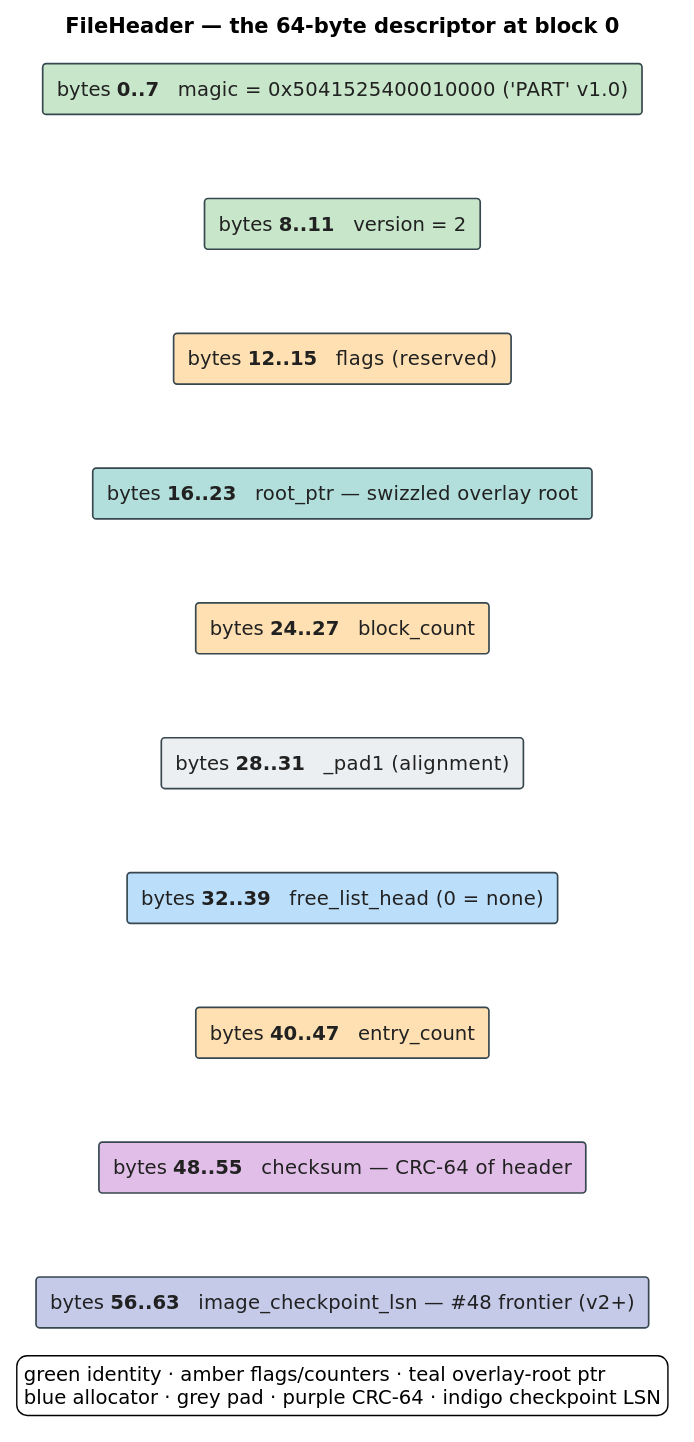
This is docs/diagrams/file-header.svg from vinary-tree/libdictenstein, a PlantUML export, as it was before one commit. Its source is kept beside it as docs/diagrams/src/file-header.puml. The source it was exported from:
```plantuml
@startuml file-header
skinparam defaultFontSize 14
skinparam shadowing false
skinparam backgroundColor #FFFFFF
skinparam defaultFontName "DejaVu Sans"
skinparam rectangle {
  BorderColor #37474F
  FontColor #212121
  BorderThickness 1.2
}
skinparam TitleFontSize 15

title FileHeader — the 64-byte descriptor at block 0

rectangle "bytes **0..7**   magic = 0x5041525400010000  ('PART' v1.0)" as R0 #C8E6C9
rectangle "bytes **8..11**   version = 2" as R1 #C8E6C9
rectangle "bytes **12..15**   flags  (reserved)" as R2 #FFE0B2
rectangle "bytes **16..23**   root_ptr  — swizzled overlay root" as R3 #B2DFDB
rectangle "bytes **24..27**   block_count" as R4 #FFE0B2
rectangle "bytes **28..31**   _pad1  (alignment)" as R5 #ECEFF1
rectangle "bytes **32..39**   free_list_head  (0 = none)" as R6 #BBDEFB
rectangle "bytes **40..47**   entry_count" as R7 #FFE0B2
rectangle "bytes **48..55**   checksum  — CRC-64 of header" as R8 #E1BEE7
rectangle "bytes **56..63**   image_checkpoint_lsn  — #48 frontier (v2+)" as R9 #C5CAE9

R0 -[hidden]down- R1
R1 -[hidden]down- R2
R2 -[hidden]down- R3
R3 -[hidden]down- R4
R4 -[hidden]down- R5
R5 -[hidden]down- R6
R6 -[hidden]down- R7
R7 -[hidden]down- R8
R8 -[hidden]down- R9

legend bottom
  green identity · amber flags/counters · teal overlay-root ptr
  blue allocator · grey pad · purple CRC-64 · indigo checkpoint LSN
endlegend
@enduml
```
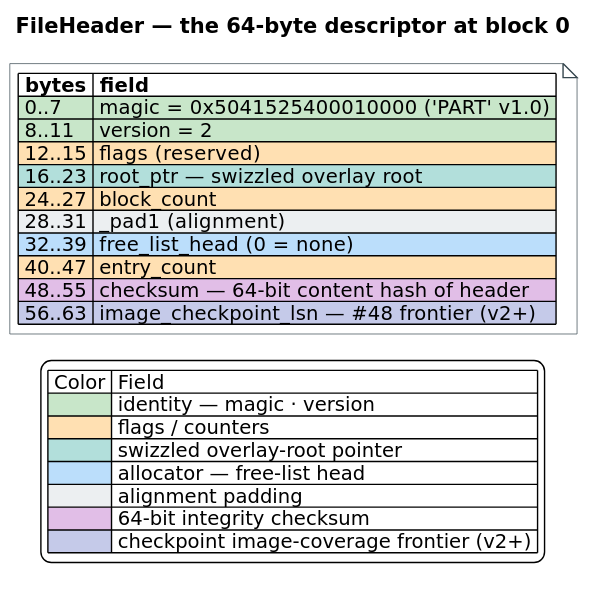
Above is the later version.

Diff of the diagram source:
```diff
@@ -3,38 +3,37 @@
 skinparam shadowing false
 skinparam backgroundColor #FFFFFF
 skinparam defaultFontName "DejaVu Sans"
-skinparam rectangle {
+skinparam TitleFontSize 15
+skinparam noteFontSize 14
+skinparam note {
+  BackgroundColor #FFFFFF
   BorderColor #37474F
-  FontColor #212121
-  BorderThickness 1.2
 }
-skinparam TitleFontSize 15
 
 title FileHeader — the 64-byte descriptor at block 0
 
-rectangle "bytes **0..7**   magic = 0x5041525400010000  ('PART' v1.0)" as R0 #C8E6C9
-rectangle "bytes **8..11**   version = 2" as R1 #C8E6C9
-rectangle "bytes **12..15**   flags  (reserved)" as R2 #FFE0B2
-rectangle "bytes **16..23**   root_ptr  — swizzled overlay root" as R3 #B2DFDB
-rectangle "bytes **24..27**   block_count" as R4 #FFE0B2
-rectangle "bytes **28..31**   _pad1  (alignment)" as R5 #ECEFF1
-rectangle "bytes **32..39**   free_list_head  (0 = none)" as R6 #BBDEFB
-rectangle "bytes **40..47**   entry_count" as R7 #FFE0B2
-rectangle "bytes **48..55**   checksum  — CRC-64 of header" as R8 #E1BEE7
-rectangle "bytes **56..63**   image_checkpoint_lsn  — #48 frontier (v2+)" as R9 #C5CAE9
-
-R0 -[hidden]down- R1
-R1 -[hidden]down- R2
-R2 -[hidden]down- R3
-R3 -[hidden]down- R4
-R4 -[hidden]down- R5
-R5 -[hidden]down- R6
-R6 -[hidden]down- R7
-R7 -[hidden]down- R8
-R8 -[hidden]down- R9
+note as FH
+|= bytes |= field |
+|<#C8E6C9> 0..7 |<#C8E6C9> magic = 0x5041525400010000  ('PART' v1.0) |
+|<#C8E6C9> 8..11 |<#C8E6C9> version = 2 |
+|<#FFE0B2> 12..15 |<#FFE0B2> flags  (reserved) |
+|<#B2DFDB> 16..23 |<#B2DFDB> root_ptr  — swizzled overlay root |
+|<#FFE0B2> 24..27 |<#FFE0B2> block_count |
+|<#ECEFF1> 28..31 |<#ECEFF1> _pad1  (alignment) |
+|<#BBDEFB> 32..39 |<#BBDEFB> free_list_head  (0 = none) |
+|<#FFE0B2> 40..47 |<#FFE0B2> entry_count |
+|<#E1BEE7> 48..55 |<#E1BEE7> checksum  — 64-bit content hash of header |
+|<#C5CAE9> 56..63 |<#C5CAE9> image_checkpoint_lsn  — #48 frontier (v2+) |
+end note
 
 legend bottom
-  green identity · amber flags/counters · teal overlay-root ptr
-  blue allocator · grey pad · purple CRC-64 · indigo checkpoint LSN
+| Color | Field |
+|<#C8E6C9>| identity — magic · version |
+|<#FFE0B2>| flags / counters |
+|<#B2DFDB>| swizzled overlay-root pointer |
+|<#BBDEFB>| allocator — free-list head |
+|<#ECEFF1>| alignment padding |
+|<#E1BEE7>| 64-bit integrity checksum |
+|<#C5CAE9>| checkpoint image-coverage frontier (v2+) |
 endlegend
 @enduml
```
